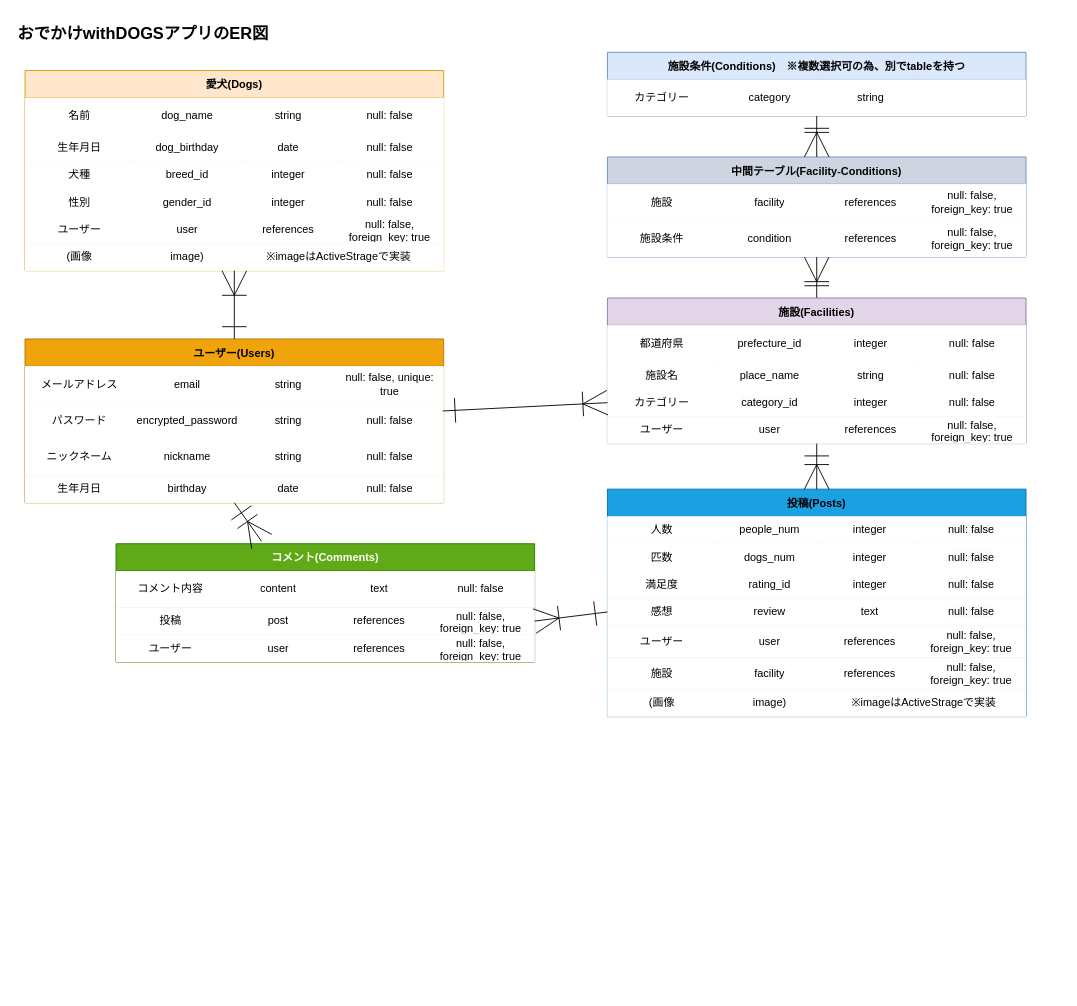
This is OwD_ER.dio from ChisatoMatoba/odekake-with-dogs, a draw.io file, before an edit. Source tidied: cells renumbered, new cells numbered last; positions are measured from the earlier drawing's top-left corner, leaving out a move shared by most shapes. Both pictures are drawn from the tidied source at 91%, with x=0, y=0 at pixel (15, 15).
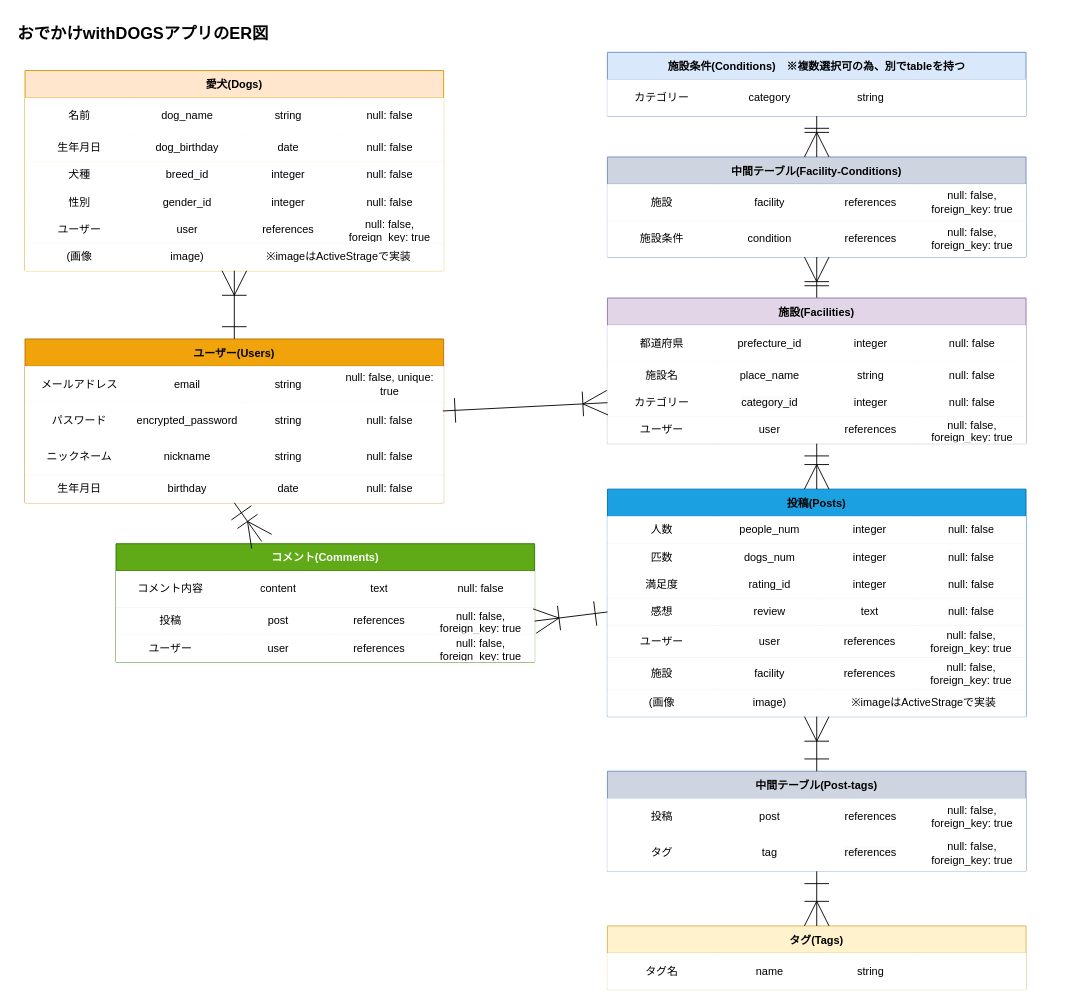
The same diagram, later.

Commit message (it also covers changes not shown here):
ER図にタグテーブル追加

Diff of the diagram source:
```diff
@@
+    <mxCell id="155" value="中間テーブル(Post-tags)" style="shape=table;startSize=30;childLayout=tableLayout;fontStyle=1;align=center;fillColor=#CFD5E0;strokeColor=#6c8ebf;fontColor=#000000;" parent="1" vertex="1">
+      <mxGeometry x="650" y="830" width="460" height="110" as="geometry" />
+    </mxCell>
+    <mxCell id="156" style="shape=tableRow;horizontal=0;startSize=0;swimlaneHead=0;swimlaneBody=0;top=0;left=0;bottom=0;right=0;fillColor=#FFFFFF;strokeColor=#000000;fontColor=#000000;" parent="155" vertex="1">
+      <mxGeometry y="30" width="460" height="40" as="geometry" />
+    </mxCell>
+    <mxCell id="157" value="&lt;font&gt;投稿&lt;/font&gt;" style="shape=partialRectangle;html=1;whiteSpace=wrap;fillColor=#FFFFFF;top=0;left=0;bottom=0;right=0;overflow=hidden;strokeColor=#000000;fontColor=#000000;" parent="156" vertex="1">
+      <mxGeometry width="120" height="40" as="geometry" />
+    </mxCell>
+    <mxCell id="158" value="&lt;font&gt;post&lt;/font&gt;" style="shape=partialRectangle;html=1;whiteSpace=wrap;fillColor=#FFFFFF;top=0;left=0;bottom=0;right=0;overflow=hidden;strokeColor=#000000;fontColor=#000000;" parent="156" vertex="1">
+      <mxGeometry x="120" width="117" height="40" as="geometry" />
+    </mxCell>
+    <mxCell id="159" value="references" style="shape=partialRectangle;html=1;whiteSpace=wrap;fillColor=#FFFFFF;top=0;left=0;bottom=0;right=0;overflow=hidden;strokeColor=#000000;fontColor=#000000;" parent="156" vertex="1">
+      <mxGeometry x="237" width="105" height="40" as="geometry" />
+    </mxCell>
+    <mxCell id="160" value="null: false, foreign_key: true" style="shape=partialRectangle;html=1;whiteSpace=wrap;fillColor=#FFFFFF;top=0;left=0;bottom=0;right=0;overflow=hidden;strokeColor=#000000;fontColor=#000000;" parent="156" vertex="1">
+      <mxGeometry x="342" width="118" height="40" as="geometry" />
+    </mxCell>
+    <mxCell id="161" style="shape=tableRow;horizontal=0;startSize=0;swimlaneHead=0;swimlaneBody=0;top=0;left=0;bottom=0;right=0;fillColor=#FFFFFF;points=[[0,0.5],[1,0.5]];portConstraint=eastwest;strokeColor=#000000;" parent="155" vertex="1">
+      <mxGeometry y="70" width="460" height="40" as="geometry" />
+    </mxCell>
+    <mxCell id="162" value="タグ" style="shape=partialRectangle;html=1;whiteSpace=wrap;fillColor=#FFFFFF;top=0;left=0;bottom=0;right=0;overflow=hidden;strokeColor=#000000;" parent="161" vertex="1">
+      <mxGeometry width="120" height="40" as="geometry" />
+    </mxCell>
+    <mxCell id="163" value="tag" style="shape=partialRectangle;html=1;whiteSpace=wrap;fillColor=#FFFFFF;top=0;left=0;bottom=0;right=0;overflow=hidden;strokeColor=#000000;" parent="161" vertex="1">
+      <mxGeometry x="120" width="117" height="40" as="geometry" />
+    </mxCell>
+    <mxCell id="164" value="&lt;span style=&quot;color: rgb(0, 0, 0); font-family: Helvetica; font-size: 12px; font-style: normal; font-variant-ligatures: normal; font-variant-caps: normal; font-weight: 400; letter-spacing: normal; orphans: 2; text-align: center; text-indent: 0px; text-transform: none; widows: 2; word-spacing: 0px; -webkit-text-stroke-width: 0px; background-color: rgb(251, 251, 251); text-decoration-thickness: initial; text-decoration-style: initial; text-decoration-color: initial; float: none; display: inline !important;&quot;&gt;references&lt;/span&gt;" style="shape=partialRectangle;html=1;whiteSpace=wrap;fillColor=#FFFFFF;top=0;left=0;bottom=0;right=0;overflow=hidden;strokeColor=#000000;" parent="161" vertex="1">
+      <mxGeometry x="237" width="105" height="40" as="geometry" />
+    </mxCell>
+    <mxCell id="165" value="null: false, foreign_key: true" style="shape=partialRectangle;html=1;whiteSpace=wrap;fillColor=#FFFFFF;top=0;left=0;bottom=0;right=0;overflow=hidden;strokeColor=#000000;" parent="161" vertex="1">
+      <mxGeometry x="342" width="118" height="40" as="geometry" />
+    </mxCell>
+    <mxCell id="166" value="タグ(Tags)" style="shape=table;startSize=30;childLayout=tableLayout;fontStyle=1;align=center;fillColor=#fff2cc;strokeColor=#d6b656;" parent="1" vertex="1">
+      <mxGeometry x="650" y="1000" width="460" height="70" as="geometry" />
+    </mxCell>
+    <mxCell id="167" style="shape=tableRow;horizontal=0;startSize=0;swimlaneHead=0;swimlaneBody=0;top=0;left=0;bottom=0;right=0;fillColor=#FFFFFF;strokeColor=#000000;" parent="166" vertex="1">
+      <mxGeometry y="30" width="460" height="40" as="geometry" />
+    </mxCell>
+    <mxCell id="168" value="タグ名" style="shape=partialRectangle;html=1;whiteSpace=wrap;fillColor=#FFFFFF;top=0;left=0;bottom=0;right=0;overflow=hidden;strokeColor=#000000;" parent="167" vertex="1">
+      <mxGeometry width="120" height="40" as="geometry" />
+    </mxCell>
+    <mxCell id="169" value="name" style="shape=partialRectangle;html=1;whiteSpace=wrap;fillColor=#FFFFFF;top=0;left=0;bottom=0;right=0;overflow=hidden;strokeColor=#000000;" parent="167" vertex="1">
+      <mxGeometry x="120" width="117" height="40" as="geometry" />
+    </mxCell>
+    <mxCell id="170" value="string" style="shape=partialRectangle;html=1;whiteSpace=wrap;fillColor=#FFFFFF;top=0;left=0;bottom=0;right=0;overflow=hidden;strokeColor=#000000;" parent="167" vertex="1">
+      <mxGeometry x="237" width="105" height="40" as="geometry" />
+    </mxCell>
+    <mxCell id="171" style="shape=partialRectangle;html=1;whiteSpace=wrap;fillColor=#FFFFFF;top=0;left=0;bottom=0;right=0;overflow=hidden;strokeColor=#000000;" parent="167" vertex="1">
+      <mxGeometry x="342" width="118" height="40" as="geometry" />
+    </mxCell>
+    <mxCell id="172" style="fontSize=12;html=1;endArrow=ERoneToMany;entryX=0.5;entryY=0;entryDx=0;entryDy=0;strokeWidth=1;startSize=25;endSize=25;startArrow=ERone;startFill=0;fillColor=#FFFFFF;strokeColor=#000000;" parent="1" edge="1" source="161" target="166">
+      <mxGeometry relative="1" as="geometry" />
+    </mxCell>
+    <mxCell id="173" style="fontSize=12;html=1;endArrow=ERoneToMany;strokeWidth=1;startSize=25;endSize=25;startArrow=ERone;startFill=0;fillColor=#FFFFFF;strokeColor=#000000;targetPerimeterSpacing=0;exitX=0.5;exitY=0;exitDx=0;exitDy=0;" parent="1" edge="1" source="155">
+      <mxGeometry relative="1" as="geometry">
+        <mxPoint x="880" y="770" as="targetPoint" />
+      </mxGeometry>
+    </mxCell>
```
